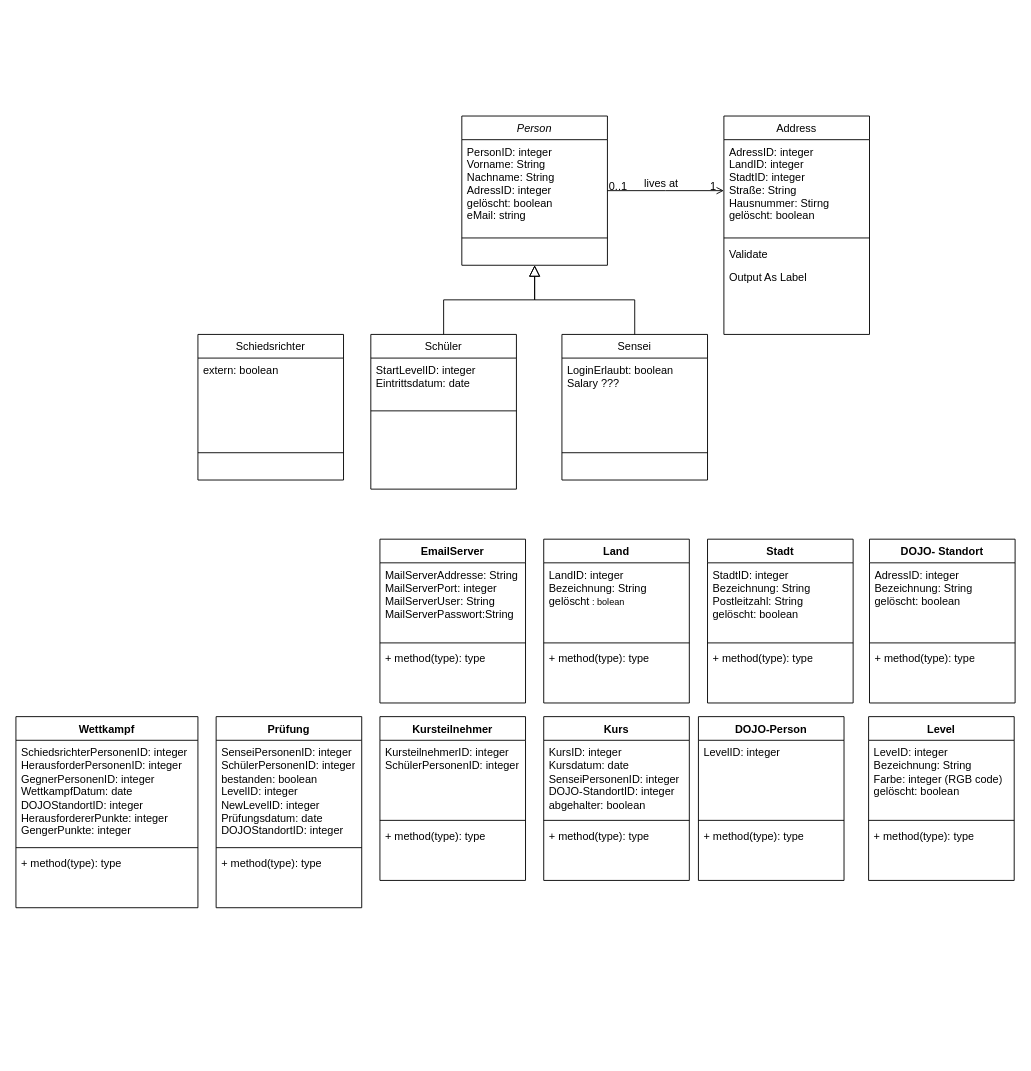
Before: Klassendiagramm.drawio in Mikomy/Softwaremanagement-1, a draw.io diagram. Source tidied: cells renumbered, new cells numbered last; positions are measured from the earlier drawing's top-left corner, leaving out a move shared by most shapes. Both pictures are drawn from the tidied source at 91%, with x=0, y=0 at pixel (15, 116).
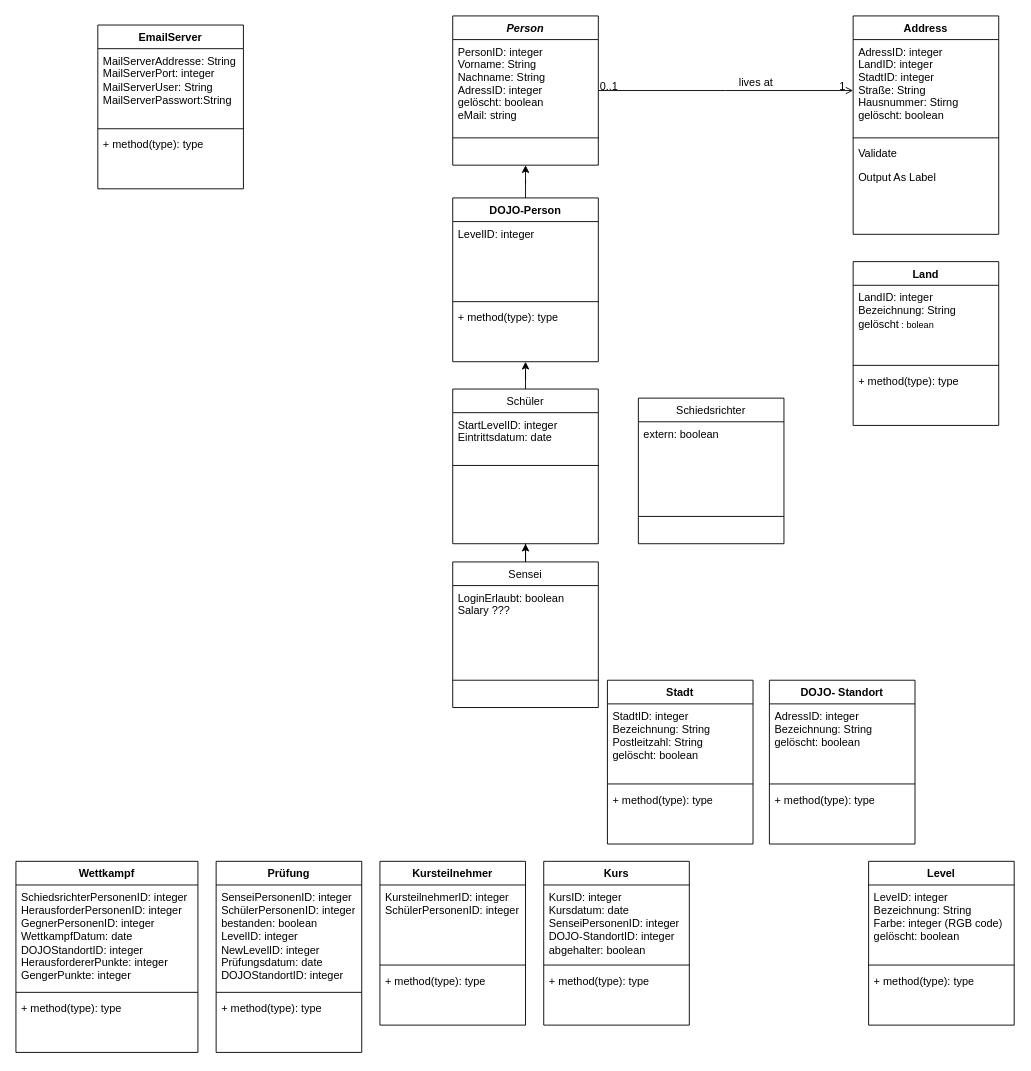
Above is the later version.

Commit message (it also covers changes not shown here):
Hinzufügen des UseCase Diagramm

What changed in the source:
```diff
@@
-    <mxCell id="2" value="Person" style="swimlane;fontStyle=2;align=center;verticalAlign=top;horizontal=1;startSize=26;rounded=0;shadow=0;strokeWidth=1;" parent="1" vertex="1">
-      <mxGeometry x="490" width="160" height="164" as="geometry" />
+    <mxCell id="2" value="Person" style="swimlane;fontStyle=3;align=center;verticalAlign=top;horizontal=1;startSize=26;rounded=0;shadow=0;strokeWidth=1;" parent="1" vertex="1">
+      <mxGeometry x="480" y="-110" width="160" height="164" as="geometry" />
     </mxCell>
@@
+    <mxCell id="65" style="edgeStyle=orthogonalEdgeStyle;rounded=0;jettySize=auto;html=1;" parent="1" edge="1" source="5" target="42">
+      <mxGeometry relative="1" as="geometry" />
+    </mxCell>
     <mxCell id="5" value="Schüler" style="swimlane;fontStyle=0;align=center;verticalAlign=top;horizontal=1;startSize=26;rounded=0;shadow=0;strokeWidth=1;" parent="1" vertex="1">
-      <mxGeometry x="390" y="240" width="160" height="170" as="geometry" />
+      <mxGeometry x="480" y="300" width="160" height="170" as="geometry" />
     </mxCell>
@@
-    <mxCell id="8" style="endArrow=block;endSize=10;endFill=0;shadow=0;strokeWidth=1;rounded=0;curved=0;edgeStyle=elbowEdgeStyle;elbow=vertical;" parent="1" edge="1" source="5" target="2">
-      <mxGeometry relative="1" as="geometry" />
-    </mxCell>
+    <mxCell id="66" style="edgeStyle=orthogonalEdgeStyle;rounded=0;jettySize=auto;html=1;" parent="1" edge="1" source="9" target="5">
+      <mxGeometry relative="1" as="geometry" />
+    </mxCell>
     <mxCell id="9" value="Sensei" style="swimlane;fontStyle=0;align=center;verticalAlign=top;horizontal=1;startSize=26;rounded=0;shadow=0;strokeWidth=1;" parent="1" vertex="1">
-      <mxGeometry x="600" y="240" width="160" height="160" as="geometry" />
+      <mxGeometry x="480" y="490" width="160" height="160" as="geometry" />
     </mxCell>
@@
-    <mxCell id="12" style="endArrow=block;endSize=10;endFill=0;shadow=0;strokeWidth=1;rounded=0;curved=0;edgeStyle=elbowEdgeStyle;elbow=vertical;" parent="1" edge="1" source="9" target="2">
-      <mxGeometry relative="1" as="geometry" />
-    </mxCell>
-    <mxCell id="13" value="Address" style="swimlane;fontStyle=0;align=center;verticalAlign=top;horizontal=1;startSize=26;rounded=0;shadow=0;strokeWidth=1;" parent="1" vertex="1">
-      <mxGeometry x="778" width="160" height="240" as="geometry" />
+    <mxCell id="13" value="Address" style="swimlane;fontStyle=1;align=center;verticalAlign=top;horizontal=1;startSize=26;rounded=0;shadow=0;strokeWidth=1;" parent="1" vertex="1">
+      <mxGeometry x="920" y="-110" width="160" height="240" as="geometry" />
     </mxCell>
@@
     <mxCell id="22" value="EmailServer" style="swimlane;fontStyle=1;align=center;verticalAlign=top;horizontal=1;startSize=26;whiteSpace=wrap;html=1;" parent="1" vertex="1">
-      <mxGeometry x="400" y="465" width="160" height="180" as="geometry" />
+      <mxGeometry x="90" y="-100" width="160" height="180" as="geometry" />
     </mxCell>
@@
     <mxCell id="26" value="Land" style="swimlane;fontStyle=1;align=center;verticalAlign=top;horizontal=1;startSize=26;whiteSpace=wrap;html=1;" parent="1" vertex="1">
-      <mxGeometry x="580" y="465" width="160" height="180" as="geometry" />
+      <mxGeometry x="920" y="160" width="160" height="180" as="geometry" />
     </mxCell>
@@
     <mxCell id="30" value="Stadt" style="swimlane;fontStyle=1;align=center;verticalAlign=top;horizontal=1;startSize=26;whiteSpace=wrap;html=1;" parent="1" vertex="1">
-      <mxGeometry x="760" y="465" width="160" height="180" as="geometry" />
+      <mxGeometry x="650" y="620" width="160" height="180" as="geometry" />
     </mxCell>
@@
     <mxCell id="34" value="DOJO- Standort" style="swimlane;fontStyle=1;align=center;verticalAlign=top;horizontal=1;startSize=26;whiteSpace=wrap;html=1;" parent="1" vertex="1">
-      <mxGeometry x="938" y="465" width="160" height="180" as="geometry" />
+      <mxGeometry x="828" y="620" width="160" height="180" as="geometry" />
     </mxCell>
@@
     <mxCell id="38" value="Level" style="swimlane;fontStyle=1;align=center;verticalAlign=top;horizontal=1;startSize=26;whiteSpace=wrap;html=1;" parent="1" vertex="1">
-      <mxGeometry x="937" y="660" width="160" height="180" as="geometry" />
+      <mxGeometry x="937" y="819" width="160" height="180" as="geometry" />
     </mxCell>
@@
+    <mxCell id="67" style="edgeStyle=orthogonalEdgeStyle;rounded=0;jettySize=auto;html=1;" parent="1" edge="1" source="42" target="2">
+      <mxGeometry relative="1" as="geometry" />
+    </mxCell>
     <mxCell id="42" value="DOJO-Person" style="swimlane;fontStyle=1;align=center;verticalAlign=top;horizontal=1;startSize=26;whiteSpace=wrap;html=1;" parent="1" vertex="1">
-      <mxGeometry x="750" y="660" width="160" height="180" as="geometry" />
+      <mxGeometry x="480" y="90" width="160" height="180" as="geometry" />
     </mxCell>
@@
     <mxCell id="46" value="Schiedsrichter" style="swimlane;fontStyle=0;align=center;verticalAlign=top;horizontal=1;startSize=26;rounded=0;shadow=0;strokeWidth=1;" parent="1" vertex="1">
-      <mxGeometry x="200" y="240" width="160" height="160" as="geometry" />
+      <mxGeometry x="684" y="310" width="160" height="160" as="geometry" />
     </mxCell>
@@
     <mxCell id="49" value="Kurs" style="swimlane;fontStyle=1;align=center;verticalAlign=top;horizontal=1;startSize=26;whiteSpace=wrap;html=1;" parent="1" vertex="1">
-      <mxGeometry x="580" y="660" width="160" height="180" as="geometry" />
+      <mxGeometry x="580" y="819" width="160" height="180" as="geometry" />
     </mxCell>
@@
     <mxCell id="53" value="Kursteilnehmer" style="swimlane;fontStyle=1;align=center;verticalAlign=top;horizontal=1;startSize=26;whiteSpace=wrap;html=1;" parent="1" vertex="1">
-      <mxGeometry x="400" y="660" width="160" height="180" as="geometry" />
+      <mxGeometry x="400" y="819" width="160" height="180" as="geometry" />
     </mxCell>
@@
     <mxCell id="57" value="Prüfung" style="swimlane;fontStyle=1;align=center;verticalAlign=top;horizontal=1;startSize=26;whiteSpace=wrap;html=1;" parent="1" vertex="1">
-      <mxGeometry x="220" y="660" width="160" height="210" as="geometry" />
+      <mxGeometry x="220" y="819" width="160" height="210" as="geometry" />
     </mxCell>
@@
     <mxCell id="61" value="Wettkampf" style="swimlane;fontStyle=1;align=center;verticalAlign=top;horizontal=1;startSize=26;whiteSpace=wrap;html=1;" parent="1" vertex="1">
-      <mxGeometry y="660" width="200" height="210" as="geometry" />
+      <mxGeometry y="819" width="200" height="210" as="geometry" />
     </mxCell>
```
